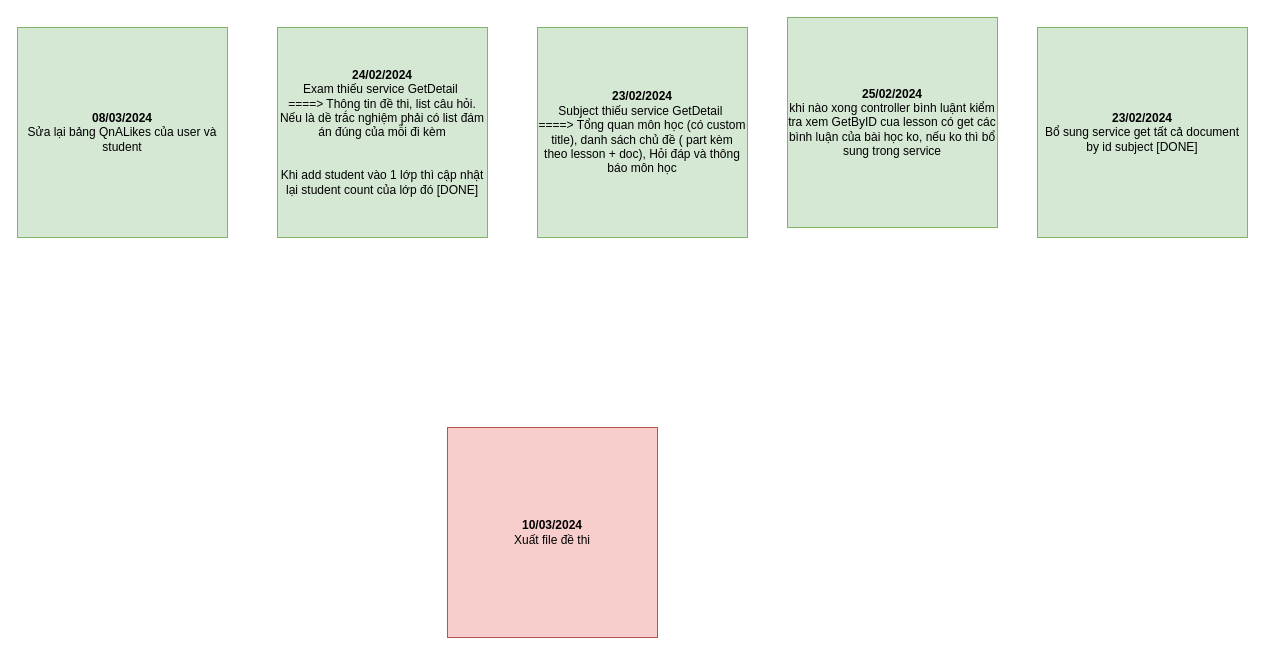
The draw.io diagram page "Note" (3 of 3) of Internship_BACKEND_2024_02_02.01.2024_LamSamChan_LMS - Elibrary_Diagram.drawio in LamSamChan/LMS_ELibrary_BE_Intern_Alta, before the edit. Source tidied: cells renumbered, new cells numbered last; positions are measured from the earlier drawing's top-left corner, leaving out a move shared by most shapes. Both pictures are drawn from the tidied source at 100%, with x=0, y=0 at pixel (17, 17).
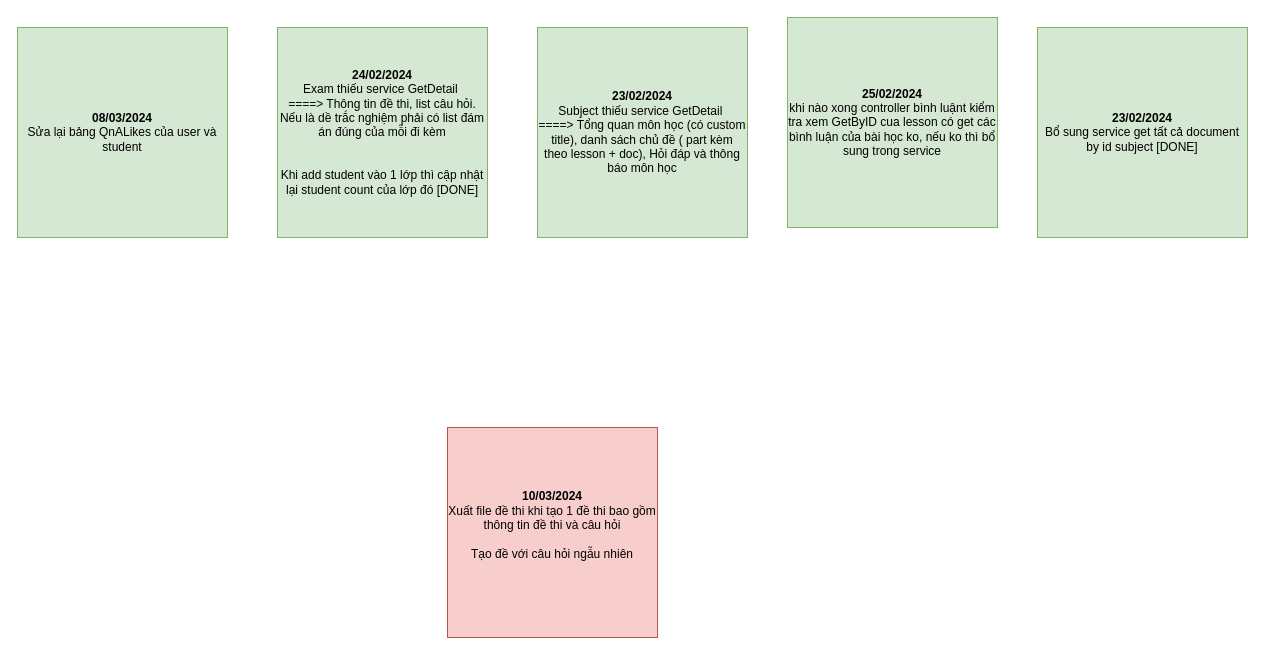
The same diagram, later.

What changed in the source:
```diff
@@
 <mxGraphModel>
   <root>
     <mxCell id="0" />
     <mxCell id="1" parent="0" />
     <mxCell id="2" value="&lt;b&gt;23/02/2024&lt;br&gt;&lt;/b&gt;Bổ sung service get tất cả document by id subject [DONE]" style="whiteSpace=wrap;html=1;fillColor=#d5e8d4;strokeColor=#82b366;" parent="1" vertex="1">
       <mxGeometry x="1020" y="10" width="210" height="210" as="geometry" />
     </mxCell>
     <mxCell id="3" value="&lt;b&gt;23/02/2024&lt;br&gt;&lt;/b&gt;Subject thiếu service GetDetail&amp;nbsp;&lt;br&gt;====&amp;gt; Tổng quan môn học (có custom title), danh sách chủ đề ( part kèm theo lesson + doc), Hỏi đáp và thông báo môn học" style="whiteSpace=wrap;html=1;fillColor=#d5e8d4;strokeColor=#82b366;" parent="1" vertex="1">
       <mxGeometry x="520" y="10" width="210" height="210" as="geometry" />
     </mxCell>
     <mxCell id="4" value="&lt;b&gt;24/02/2024&lt;br&gt;&lt;/b&gt;Exam thiếu service GetDetail&amp;nbsp;&lt;br&gt;====&amp;gt; Thông tin đề thi, list câu hỏi. Nếu là dề trắc nghiệm phải có list đám án đúng của mỗi đi kèm&lt;br&gt;&lt;br&gt;&lt;br&gt;Khi add student vào 1 lớp thì cập nhật lại student count của lớp đó [DONE]" style="whiteSpace=wrap;html=1;fillColor=#d5e8d4;strokeColor=#82b366;" parent="1" vertex="1">
       <mxGeometry x="260" y="10" width="210" height="210" as="geometry" />
     </mxCell>
     <mxCell id="5" value="&lt;b&gt;25/02/2024&lt;br&gt;&lt;/b&gt;khi nào xong controller bình luậnt kiểm tra xem GetByID cua lesson có get các bình luận của bài học ko, nếu ko thì bổ sung trong service" style="whiteSpace=wrap;html=1;fillColor=#d5e8d4;strokeColor=#82b366;" parent="1" vertex="1">
       <mxGeometry x="770" width="210" height="210" as="geometry" />
     </mxCell>
     <mxCell id="6" value="&lt;b&gt;08/03/2024&lt;br&gt;&lt;/b&gt;Sửa lại bảng&amp;nbsp;QnALikes của user và student" style="whiteSpace=wrap;html=1;fillColor=#d5e8d4;strokeColor=#82b366;" parent="1" vertex="1">
       <mxGeometry y="10" width="210" height="210" as="geometry" />
     </mxCell>
-    <mxCell id="7" value="&lt;b&gt;10/03/2024&lt;br&gt;&lt;/b&gt;Xuất file đề thi" style="whiteSpace=wrap;html=1;fillColor=#f8cecc;strokeColor=#b85450;" parent="1" vertex="1">
+    <mxCell id="7" value="&lt;b&gt;10/03/2024&lt;br&gt;&lt;/b&gt;Xuất file đề thi khi tạo 1 đề thi bao gồm thông tin đề thi và câu hỏi&lt;br&gt;&lt;br&gt;Tạo đề với câu hỏi ngẫu nhiên&lt;br&gt;&lt;br&gt;" style="whiteSpace=wrap;html=1;fillColor=#f8cecc;strokeColor=#b85450;" parent="1" vertex="1">
       <mxGeometry x="430" y="410" width="210" height="210" as="geometry" />
     </mxCell>
   </root>
 </mxGraphModel>
```
